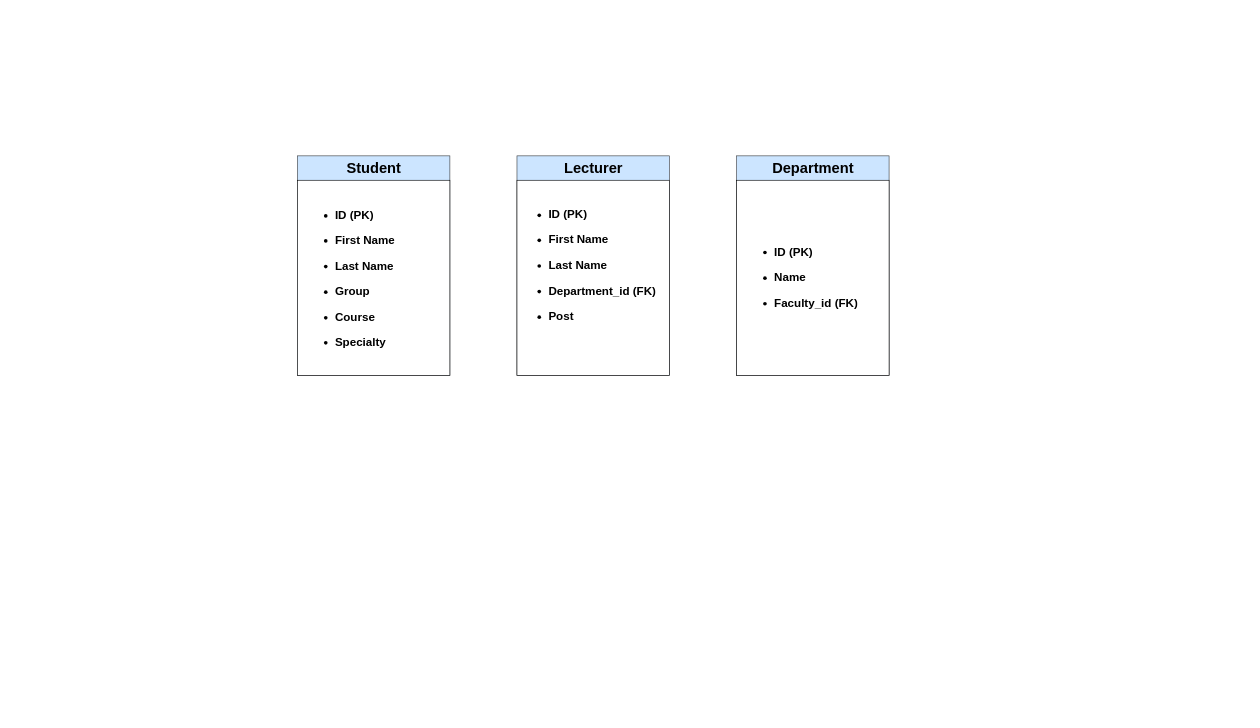
Ind1gozzz/yii2-php keeps this draw.io diagram as BD for my project.drawio. Above is the earlier version. Source tidied: cells renumbered, new cells numbered last; positions are measured from the earlier drawing's top-left corner, leaving out a move shared by most shapes. Both pictures are drawn from the tidied source at 61%, with x=0, y=0 at pixel (297, 156).
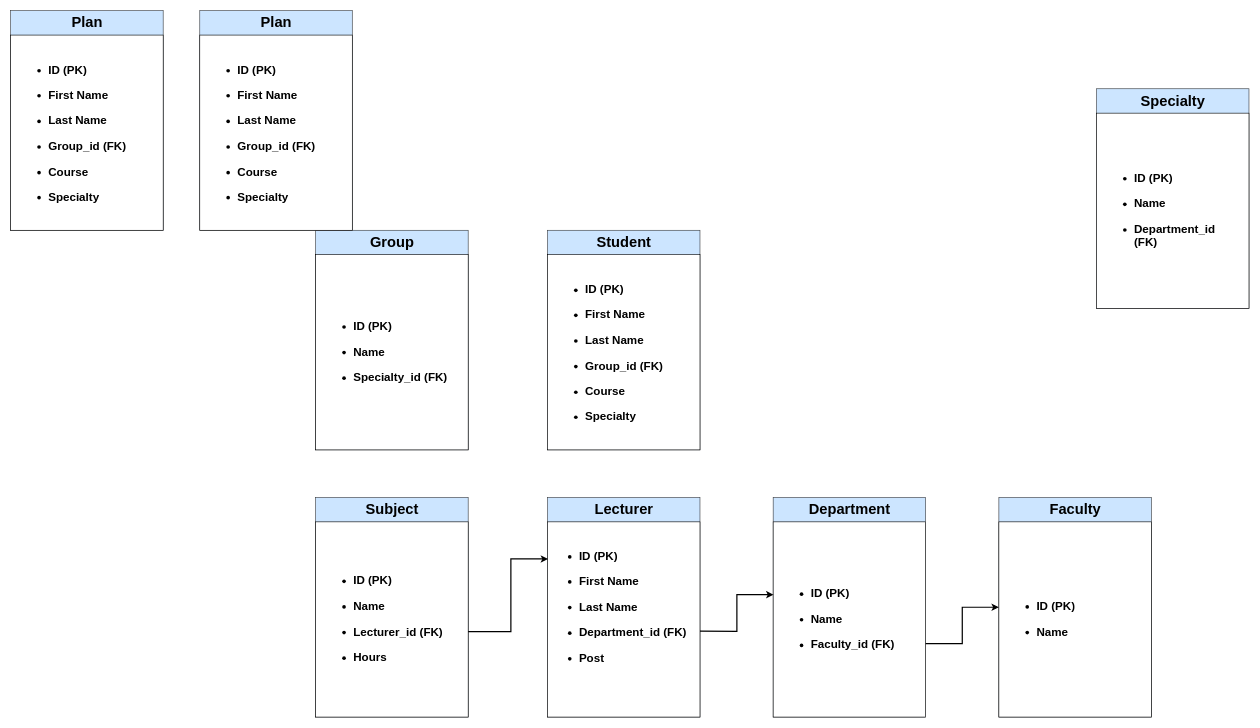
Above is the later version.

Change to the diagram source:
```diff
@@
     <mxCell id="2" style="rounded=0;whiteSpace=wrap;html=1;fillColor=#cce5ff;strokeColor=#36393d;" parent="1" vertex="1">
-      <mxGeometry width="250" height="360" as="geometry" />
+      <mxGeometry x="410" y="122" width="250" height="360" as="geometry" />
     </mxCell>
     <mxCell id="3" value="Student" style="text;strokeColor=none;fillColor=none;html=1;fontSize=24;fontStyle=1;verticalAlign=middle;align=center;" parent="1" vertex="1">
-      <mxGeometry x="75" width="100" height="40" as="geometry" />
+      <mxGeometry x="485" y="122" width="100" height="40" as="geometry" />
     </mxCell>
     <mxCell id="4" style="rounded=0;whiteSpace=wrap;html=1;" parent="1" vertex="1">
-      <mxGeometry y="40" width="250" height="320" as="geometry" />
+      <mxGeometry x="410" y="162" width="250" height="320" as="geometry" />
     </mxCell>
-    <mxCell id="5" value="&lt;h1&gt;&lt;/h1&gt;&lt;h3&gt;&lt;/h3&gt;&lt;h5&gt;&lt;/h5&gt;&lt;h6&gt;&lt;/h6&gt;&lt;h3 style=&quot;line-height: 100% ; font-size: 13px&quot;&gt;&lt;/h3&gt;&lt;h1 style=&quot;font-size: 18px ; line-height: 90%&quot;&gt;&lt;/h1&gt;&lt;h3 style=&quot;font-size: 15px&quot;&gt;&lt;/h3&gt;&lt;h3 style=&quot;line-height: 120% ; font-size: 19px&quot;&gt;&lt;ul&gt;&lt;li&gt;ID (PK)&lt;/li&gt;&lt;/ul&gt;&lt;ul&gt;&lt;li&gt;First Name&lt;/li&gt;&lt;/ul&gt;&lt;ul&gt;&lt;li&gt;Last Name&lt;/li&gt;&lt;/ul&gt;&lt;ul&gt;&lt;li&gt;Group&lt;/li&gt;&lt;/ul&gt;&lt;ul&gt;&lt;li&gt;Course&lt;/li&gt;&lt;/ul&gt;&lt;ul&gt;&lt;li&gt;Specialty&lt;/li&gt;&lt;/ul&gt;&lt;/h3&gt;" style="text;strokeColor=none;fillColor=none;html=1;whiteSpace=wrap;verticalAlign=middle;overflow=hidden;" parent="1" vertex="1">
-      <mxGeometry x="20" y="65" width="210" height="270" as="geometry" />
+    <mxCell id="5" value="&lt;h1&gt;&lt;/h1&gt;&lt;h3&gt;&lt;/h3&gt;&lt;h5&gt;&lt;/h5&gt;&lt;h6&gt;&lt;/h6&gt;&lt;h3 style=&quot;line-height: 100% ; font-size: 13px&quot;&gt;&lt;/h3&gt;&lt;h1 style=&quot;font-size: 18px ; line-height: 90%&quot;&gt;&lt;/h1&gt;&lt;h3 style=&quot;font-size: 15px&quot;&gt;&lt;/h3&gt;&lt;h3 style=&quot;line-height: 120% ; font-size: 19px&quot;&gt;&lt;ul&gt;&lt;li&gt;ID (PK)&lt;/li&gt;&lt;/ul&gt;&lt;ul&gt;&lt;li&gt;First Name&lt;/li&gt;&lt;/ul&gt;&lt;ul&gt;&lt;li&gt;Last Name&lt;/li&gt;&lt;/ul&gt;&lt;ul&gt;&lt;li&gt;Group_id (FK)&lt;/li&gt;&lt;/ul&gt;&lt;ul&gt;&lt;li&gt;Course&lt;/li&gt;&lt;/ul&gt;&lt;ul&gt;&lt;li&gt;Specialty&lt;/li&gt;&lt;/ul&gt;&lt;/h3&gt;" style="text;strokeColor=none;fillColor=none;html=1;whiteSpace=wrap;verticalAlign=middle;overflow=hidden;" parent="1" vertex="1">
+      <mxGeometry x="430" y="187" width="210" height="270" as="geometry" />
     </mxCell>
     <mxCell id="6" style="rounded=0;whiteSpace=wrap;html=1;fillColor=#cce5ff;strokeColor=#36393d;" parent="1" vertex="1">
-      <mxGeometry x="720" width="250" height="360" as="geometry" />
+      <mxGeometry x="780" y="560" width="250" height="360" as="geometry" />
     </mxCell>
     <mxCell id="7" value="Department" style="text;strokeColor=none;fillColor=none;html=1;fontSize=24;fontStyle=1;verticalAlign=middle;align=center;" parent="1" vertex="1">
-      <mxGeometry x="795" width="100" height="40" as="geometry" />
+      <mxGeometry x="855" y="560" width="100" height="40" as="geometry" />
     </mxCell>
     <mxCell id="8" style="rounded=0;whiteSpace=wrap;html=1;" parent="1" vertex="1">
-      <mxGeometry x="720" y="40" width="250" height="320" as="geometry" />
+      <mxGeometry x="780" y="600" width="250" height="320" as="geometry" />
     </mxCell>
     <mxCell id="9" value="&lt;h1&gt;&lt;/h1&gt;&lt;h3&gt;&lt;/h3&gt;&lt;h5&gt;&lt;/h5&gt;&lt;h6&gt;&lt;/h6&gt;&lt;h3 style=&quot;line-height: 100% ; font-size: 13px&quot;&gt;&lt;/h3&gt;&lt;h1 style=&quot;font-size: 18px ; line-height: 90%&quot;&gt;&lt;/h1&gt;&lt;h3 style=&quot;font-size: 15px&quot;&gt;&lt;/h3&gt;&lt;h3 style=&quot;line-height: 120% ; font-size: 19px&quot;&gt;&lt;ul&gt;&lt;li&gt;ID (PK)&lt;/li&gt;&lt;/ul&gt;&lt;ul&gt;&lt;li&gt;Name&lt;/li&gt;&lt;/ul&gt;&lt;ul&gt;&lt;li&gt;Faculty_id (FK)&lt;/li&gt;&lt;/ul&gt;&lt;/h3&gt;" style="text;strokeColor=none;fillColor=none;html=1;whiteSpace=wrap;verticalAlign=middle;overflow=hidden;" parent="1" vertex="1">
-      <mxGeometry x="740" y="65" width="210" height="270" as="geometry" />
+      <mxGeometry x="800" y="625" width="210" height="270" as="geometry" />
     </mxCell>
     <mxCell id="10" style="rounded=0;whiteSpace=wrap;html=1;fillColor=#cce5ff;strokeColor=#36393d;" parent="1" vertex="1">
-      <mxGeometry x="360" width="250" height="360" as="geometry" />
+      <mxGeometry x="410" y="560" width="250" height="360" as="geometry" />
     </mxCell>
     <mxCell id="11" value="Lecturer" style="text;strokeColor=none;fillColor=none;html=1;fontSize=24;fontStyle=1;verticalAlign=middle;align=center;" parent="1" vertex="1">
-      <mxGeometry x="435" width="100" height="40" as="geometry" />
+      <mxGeometry x="485" y="560" width="100" height="40" as="geometry" />
     </mxCell>
     <mxCell id="12" style="rounded=0;whiteSpace=wrap;html=1;" parent="1" vertex="1">
-      <mxGeometry x="360" y="40" width="250" height="320" as="geometry" />
+      <mxGeometry x="410" y="600" width="250" height="320" as="geometry" />
     </mxCell>
     <mxCell id="13" value="&lt;h1&gt;&lt;/h1&gt;&lt;h3&gt;&lt;/h3&gt;&lt;h5&gt;&lt;/h5&gt;&lt;h6&gt;&lt;/h6&gt;&lt;h3 style=&quot;line-height: 100% ; font-size: 13px&quot;&gt;&lt;/h3&gt;&lt;h1 style=&quot;font-size: 18px ; line-height: 90%&quot;&gt;&lt;/h1&gt;&lt;h3 style=&quot;font-size: 15px&quot;&gt;&lt;/h3&gt;&lt;h3 style=&quot;line-height: 120% ; font-size: 19px&quot;&gt;&lt;ul&gt;&lt;li&gt;ID (PK)&lt;/li&gt;&lt;/ul&gt;&lt;ul&gt;&lt;li&gt;First Name&lt;/li&gt;&lt;/ul&gt;&lt;ul&gt;&lt;li&gt;Last Name&lt;/li&gt;&lt;/ul&gt;&lt;ul&gt;&lt;li&gt;Department_id (FK)&lt;/li&gt;&lt;/ul&gt;&lt;ul&gt;&lt;li&gt;Post&lt;/li&gt;&lt;/ul&gt;&lt;/h3&gt;" style="text;strokeColor=none;fillColor=none;html=1;whiteSpace=wrap;verticalAlign=middle;overflow=hidden;" parent="1" vertex="1">
-      <mxGeometry x="370" y="45" width="230" height="270" as="geometry" />
+      <mxGeometry x="420" y="605" width="230" height="270" as="geometry" />
     </mxCell>
+    <mxCell id="14" style="rounded=0;whiteSpace=wrap;html=1;fillColor=#cce5ff;strokeColor=#36393d;" parent="1" vertex="1">
+      <mxGeometry x="1150" y="560" width="250" height="360" as="geometry" />
+    </mxCell>
+    <mxCell id="15" value="Faculty" style="text;strokeColor=none;fillColor=none;html=1;fontSize=24;fontStyle=1;verticalAlign=middle;align=center;" parent="1" vertex="1">
+      <mxGeometry x="1225" y="560" width="100" height="40" as="geometry" />
+    </mxCell>
+    <mxCell id="16" style="rounded=0;whiteSpace=wrap;html=1;" parent="1" vertex="1">
+      <mxGeometry x="1150" y="600" width="250" height="320" as="geometry" />
+    </mxCell>
+    <mxCell id="17" value="&lt;h1&gt;&lt;/h1&gt;&lt;h3&gt;&lt;/h3&gt;&lt;h5&gt;&lt;/h5&gt;&lt;h6&gt;&lt;/h6&gt;&lt;h3 style=&quot;line-height: 100% ; font-size: 13px&quot;&gt;&lt;/h3&gt;&lt;h1 style=&quot;font-size: 18px ; line-height: 90%&quot;&gt;&lt;/h1&gt;&lt;h3 style=&quot;font-size: 15px&quot;&gt;&lt;/h3&gt;&lt;h3 style=&quot;line-height: 120% ; font-size: 19px&quot;&gt;&lt;ul&gt;&lt;li&gt;ID (PK)&lt;/li&gt;&lt;/ul&gt;&lt;ul&gt;&lt;li&gt;Name&lt;/li&gt;&lt;/ul&gt;&lt;/h3&gt;" style="text;strokeColor=none;fillColor=none;html=1;whiteSpace=wrap;verticalAlign=middle;overflow=hidden;" parent="1" vertex="1">
+      <mxGeometry x="1170" y="625" width="210" height="270" as="geometry" />
+    </mxCell>
+    <mxCell id="18" style="rounded=0;whiteSpace=wrap;html=1;fillColor=#cce5ff;strokeColor=#36393d;" parent="1" vertex="1">
+      <mxGeometry x="1310" y="-110" width="250" height="360" as="geometry" />
+    </mxCell>
+    <mxCell id="19" value="Specialty" style="text;strokeColor=none;fillColor=none;html=1;fontSize=24;fontStyle=1;verticalAlign=middle;align=center;" parent="1" vertex="1">
+      <mxGeometry x="1385" y="-110" width="100" height="40" as="geometry" />
+    </mxCell>
+    <mxCell id="20" style="rounded=0;whiteSpace=wrap;html=1;" parent="1" vertex="1">
+      <mxGeometry x="1310" y="-70" width="250" height="320" as="geometry" />
+    </mxCell>
+    <mxCell id="21" value="&lt;h1&gt;&lt;/h1&gt;&lt;h3&gt;&lt;/h3&gt;&lt;h5&gt;&lt;/h5&gt;&lt;h6&gt;&lt;/h6&gt;&lt;h3 style=&quot;line-height: 100% ; font-size: 13px&quot;&gt;&lt;/h3&gt;&lt;h1 style=&quot;font-size: 18px ; line-height: 90%&quot;&gt;&lt;/h1&gt;&lt;h3 style=&quot;font-size: 15px&quot;&gt;&lt;/h3&gt;&lt;h3 style=&quot;line-height: 120% ; font-size: 19px&quot;&gt;&lt;ul&gt;&lt;li&gt;ID (PK)&lt;/li&gt;&lt;/ul&gt;&lt;ul&gt;&lt;li&gt;Name&lt;/li&gt;&lt;/ul&gt;&lt;ul&gt;&lt;li&gt;Department_id (FK)&lt;/li&gt;&lt;/ul&gt;&lt;/h3&gt;" style="text;strokeColor=none;fillColor=none;html=1;whiteSpace=wrap;verticalAlign=middle;overflow=hidden;" parent="1" vertex="1">
+      <mxGeometry x="1330" y="-45" width="210" height="270" as="geometry" />
+    </mxCell>
+    <mxCell id="22" style="rounded=0;whiteSpace=wrap;html=1;fillColor=#cce5ff;strokeColor=#36393d;" parent="1" vertex="1">
+      <mxGeometry x="30" y="560" width="250" height="360" as="geometry" />
+    </mxCell>
+    <mxCell id="23" value="Subject" style="text;strokeColor=none;fillColor=none;html=1;fontSize=24;fontStyle=1;verticalAlign=middle;align=center;" parent="1" vertex="1">
+      <mxGeometry x="105" y="560" width="100" height="40" as="geometry" />
+    </mxCell>
+    <mxCell id="24" style="rounded=0;whiteSpace=wrap;html=1;" parent="1" vertex="1">
+      <mxGeometry x="30" y="600" width="250" height="320" as="geometry" />
+    </mxCell>
+    <mxCell id="25" style="edgeStyle=orthogonalEdgeStyle;rounded=0;jettySize=auto;html=1;entryX=0.004;entryY=0.19;entryDx=0;entryDy=0;entryPerimeter=0;strokeWidth=2;" parent="1" edge="1" target="12">
+      <mxGeometry relative="1" as="geometry">
+        <mxPoint x="280" y="780" as="sourcePoint" />
+        <Array as="points">
+          <mxPoint x="350" y="780" />
+          <mxPoint x="350" y="661" />
+        </Array>
+      </mxGeometry>
+    </mxCell>
+    <mxCell id="26" value="&lt;h1&gt;&lt;/h1&gt;&lt;h3&gt;&lt;/h3&gt;&lt;h5&gt;&lt;/h5&gt;&lt;h6&gt;&lt;/h6&gt;&lt;h3 style=&quot;line-height: 100% ; font-size: 13px&quot;&gt;&lt;/h3&gt;&lt;h1 style=&quot;font-size: 18px ; line-height: 90%&quot;&gt;&lt;/h1&gt;&lt;h3 style=&quot;font-size: 15px&quot;&gt;&lt;/h3&gt;&lt;h3 style=&quot;line-height: 120% ; font-size: 19px&quot;&gt;&lt;/h3&gt;&lt;h3 style=&quot;font-size: 19px&quot;&gt;&lt;ul&gt;&lt;li&gt;ID (PK)&lt;/li&gt;&lt;/ul&gt;&lt;ul&gt;&lt;li&gt;Name&lt;/li&gt;&lt;/ul&gt;&lt;ul&gt;&lt;li&gt;Lecturer_id (FK)&lt;/li&gt;&lt;/ul&gt;&lt;ul&gt;&lt;li&gt;Hours&lt;/li&gt;&lt;/ul&gt;&lt;/h3&gt;" style="text;strokeColor=none;fillColor=none;html=1;whiteSpace=wrap;verticalAlign=middle;overflow=hidden;" parent="1" vertex="1">
+      <mxGeometry x="50" y="625" width="210" height="270" as="geometry" />
+    </mxCell>
+    <mxCell id="27" style="edgeStyle=orthogonalEdgeStyle;rounded=0;jettySize=auto;html=1;entryX=0.002;entryY=0.373;entryDx=0;entryDy=0;entryPerimeter=0;strokeWidth=2;" parent="1" edge="1" target="8">
+      <mxGeometry relative="1" as="geometry">
+        <mxPoint x="660" y="779.2" as="sourcePoint" />
+      </mxGeometry>
+    </mxCell>
+    <mxCell id="28" style="edgeStyle=orthogonalEdgeStyle;rounded=0;jettySize=auto;html=1;strokeWidth=2;" parent="1" edge="1" target="16">
+      <mxGeometry relative="1" as="geometry">
+        <mxPoint x="1030" y="799.8" as="sourcePoint" />
+        <Array as="points">
+          <mxPoint x="1090" y="800" />
+          <mxPoint x="1090" y="740" />
+        </Array>
+      </mxGeometry>
+    </mxCell>
+    <mxCell id="29" style="rounded=0;whiteSpace=wrap;html=1;fillColor=#cce5ff;strokeColor=#36393d;" parent="1" vertex="1">
+      <mxGeometry x="30" y="122" width="250" height="360" as="geometry" />
+    </mxCell>
+    <mxCell id="30" value="Group" style="text;strokeColor=none;fillColor=none;html=1;fontSize=24;fontStyle=1;verticalAlign=middle;align=center;" parent="1" vertex="1">
+      <mxGeometry x="105" y="122" width="100" height="40" as="geometry" />
+    </mxCell>
+    <mxCell id="31" style="rounded=0;whiteSpace=wrap;html=1;" parent="1" vertex="1">
+      <mxGeometry x="30" y="162" width="250" height="320" as="geometry" />
+    </mxCell>
+    <mxCell id="32" value="&lt;h1&gt;&lt;/h1&gt;&lt;h3&gt;&lt;/h3&gt;&lt;h5&gt;&lt;/h5&gt;&lt;h6&gt;&lt;/h6&gt;&lt;h3 style=&quot;line-height: 100% ; font-size: 13px&quot;&gt;&lt;/h3&gt;&lt;h1 style=&quot;font-size: 18px ; line-height: 90%&quot;&gt;&lt;/h1&gt;&lt;h3 style=&quot;font-size: 15px&quot;&gt;&lt;/h3&gt;&lt;h3 style=&quot;line-height: 120% ; font-size: 19px&quot;&gt;&lt;ul&gt;&lt;li&gt;ID (PK)&lt;/li&gt;&lt;/ul&gt;&lt;ul&gt;&lt;li&gt;Name&lt;/li&gt;&lt;/ul&gt;&lt;ul&gt;&lt;li&gt;Specialty_id (FK)&lt;/li&gt;&lt;/ul&gt;&lt;/h3&gt;" style="text;strokeColor=none;fillColor=none;html=1;whiteSpace=wrap;verticalAlign=middle;overflow=hidden;" parent="1" vertex="1">
+      <mxGeometry x="50" y="187" width="210" height="270" as="geometry" />
+    </mxCell>
+    <mxCell id="33" style="rounded=0;whiteSpace=wrap;html=1;fillColor=#cce5ff;strokeColor=#36393d;" parent="1" vertex="1">
+      <mxGeometry x="-470" y="-238" width="250" height="360" as="geometry" />
+    </mxCell>
+    <mxCell id="34" value="Plan" style="text;strokeColor=none;fillColor=none;html=1;fontSize=24;fontStyle=1;verticalAlign=middle;align=center;" parent="1" vertex="1">
+      <mxGeometry x="-395" y="-238" width="100" height="40" as="geometry" />
+    </mxCell>
+    <mxCell id="35" style="rounded=0;whiteSpace=wrap;html=1;" parent="1" vertex="1">
+      <mxGeometry x="-470" y="-198" width="250" height="320" as="geometry" />
+    </mxCell>
+    <mxCell id="36" value="&lt;h1&gt;&lt;/h1&gt;&lt;h3&gt;&lt;/h3&gt;&lt;h5&gt;&lt;/h5&gt;&lt;h6&gt;&lt;/h6&gt;&lt;h3 style=&quot;line-height: 100% ; font-size: 13px&quot;&gt;&lt;/h3&gt;&lt;h1 style=&quot;font-size: 18px ; line-height: 90%&quot;&gt;&lt;/h1&gt;&lt;h3 style=&quot;font-size: 15px&quot;&gt;&lt;/h3&gt;&lt;h3 style=&quot;line-height: 120% ; font-size: 19px&quot;&gt;&lt;ul&gt;&lt;li&gt;ID (PK)&lt;/li&gt;&lt;/ul&gt;&lt;ul&gt;&lt;li&gt;First Name&lt;/li&gt;&lt;/ul&gt;&lt;ul&gt;&lt;li&gt;Last Name&lt;/li&gt;&lt;/ul&gt;&lt;ul&gt;&lt;li&gt;Group_id (FK)&lt;/li&gt;&lt;/ul&gt;&lt;ul&gt;&lt;li&gt;Course&lt;/li&gt;&lt;/ul&gt;&lt;ul&gt;&lt;li&gt;Specialty&lt;/li&gt;&lt;/ul&gt;&lt;/h3&gt;" style="text;strokeColor=none;fillColor=none;html=1;whiteSpace=wrap;verticalAlign=middle;overflow=hidden;" parent="1" vertex="1">
+      <mxGeometry x="-450" y="-173" width="210" height="270" as="geometry" />
+    </mxCell>
+    <mxCell id="37" style="rounded=0;whiteSpace=wrap;html=1;fillColor=#cce5ff;strokeColor=#36393d;" parent="1" vertex="1">
+      <mxGeometry x="-160" y="-238" width="250" height="360" as="geometry" />
+    </mxCell>
+    <mxCell id="38" value="Plan" style="text;strokeColor=none;fillColor=none;html=1;fontSize=24;fontStyle=1;verticalAlign=middle;align=center;" parent="1" vertex="1">
+      <mxGeometry x="-85" y="-238" width="100" height="40" as="geometry" />
+    </mxCell>
+    <mxCell id="39" style="rounded=0;whiteSpace=wrap;html=1;" parent="1" vertex="1">
+      <mxGeometry x="-160" y="-198" width="250" height="320" as="geometry" />
+    </mxCell>
+    <mxCell id="40" value="&lt;h1&gt;&lt;/h1&gt;&lt;h3&gt;&lt;/h3&gt;&lt;h5&gt;&lt;/h5&gt;&lt;h6&gt;&lt;/h6&gt;&lt;h3 style=&quot;line-height: 100% ; font-size: 13px&quot;&gt;&lt;/h3&gt;&lt;h1 style=&quot;font-size: 18px ; line-height: 90%&quot;&gt;&lt;/h1&gt;&lt;h3 style=&quot;font-size: 15px&quot;&gt;&lt;/h3&gt;&lt;h3 style=&quot;line-height: 120% ; font-size: 19px&quot;&gt;&lt;ul&gt;&lt;li&gt;ID (PK)&lt;/li&gt;&lt;/ul&gt;&lt;ul&gt;&lt;li&gt;First Name&lt;/li&gt;&lt;/ul&gt;&lt;ul&gt;&lt;li&gt;Last Name&lt;/li&gt;&lt;/ul&gt;&lt;ul&gt;&lt;li&gt;Group_id (FK)&lt;/li&gt;&lt;/ul&gt;&lt;ul&gt;&lt;li&gt;Course&lt;/li&gt;&lt;/ul&gt;&lt;ul&gt;&lt;li&gt;Specialty&lt;/li&gt;&lt;/ul&gt;&lt;/h3&gt;" style="text;strokeColor=none;fillColor=none;html=1;whiteSpace=wrap;verticalAlign=middle;overflow=hidden;" parent="1" vertex="1">
+      <mxGeometry x="-140" y="-173" width="210" height="270" as="geometry" />
+    </mxCell>
```
